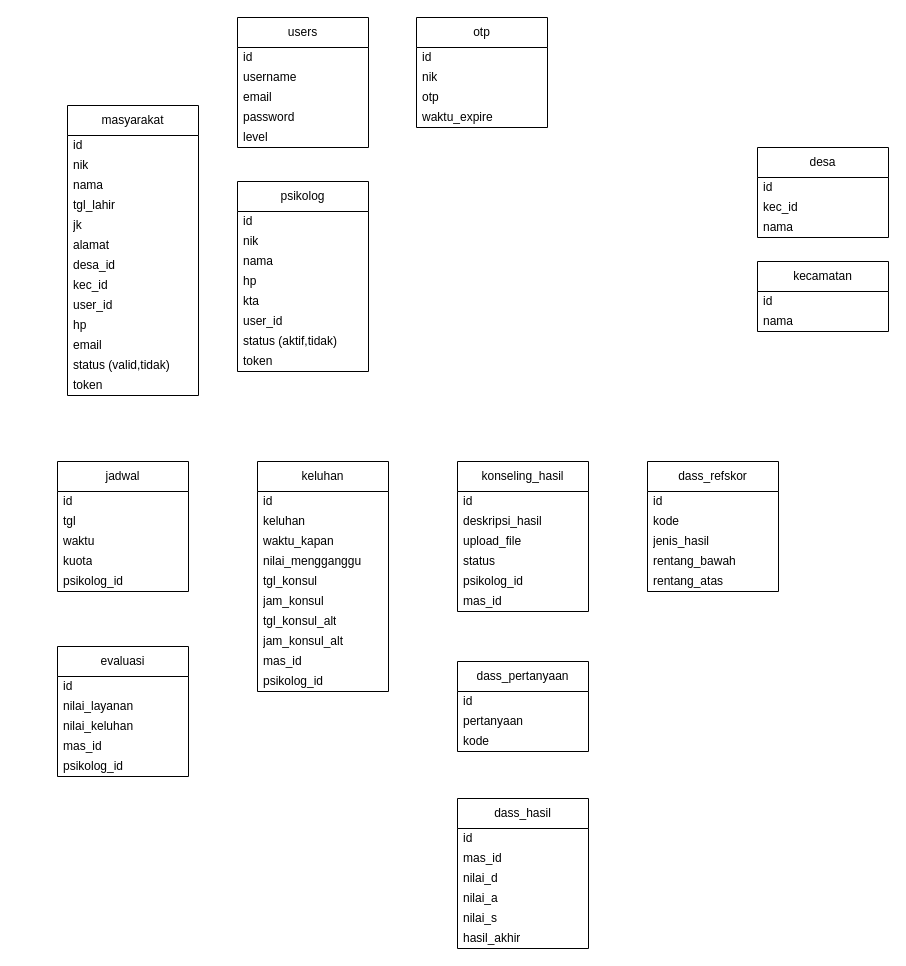
zeneight/drawio keeps this draw.io diagram as env_designs/erd_dmb.drawio. Above is the earlier version. Source tidied: cells renumbered, new cells numbered last; positions are measured from the earlier drawing's top-left corner, leaving out a move shared by most shapes. Both pictures are drawn from the tidied source at 100%, with x=0, y=0 at pixel (57, 17).
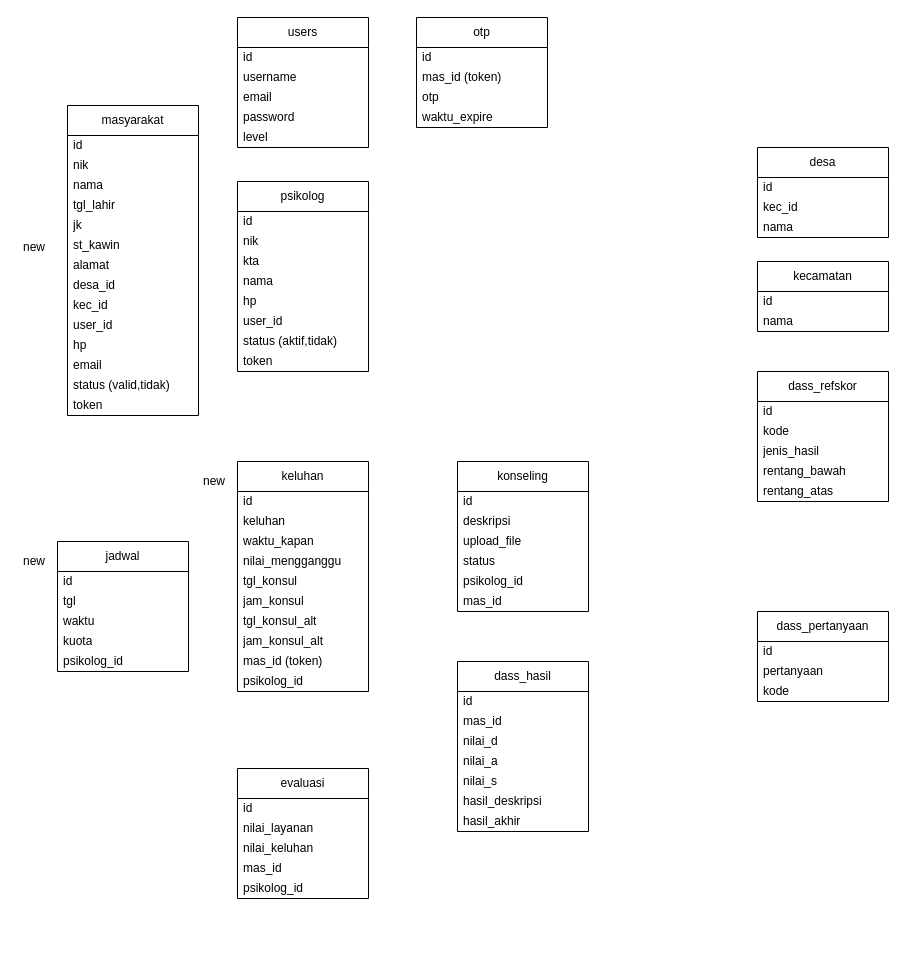
Above is the later version.

The change refers to these unchanged cells:
```xml
<mxCell id="16" value="psikolog" style="swimlane;fontStyle=0;horizontal=1;startSize=30;whiteSpace=wrap;html=1;" parent="1" vertex="1">
  <mxGeometry x="180" y="164" width="131" height="190" as="geometry" />
</mxCell>
<mxCell id="85" value="otp" style="swimlane;fontStyle=0;horizontal=1;startSize=30;whiteSpace=wrap;html=1;" parent="1" vertex="1">
  <mxGeometry x="359" width="131" height="110" as="geometry" />
</mxCell>
```

The edit, as a diff of the source:
```diff
@@
     <mxCell id="2" value="masyarakat" style="swimlane;fontStyle=0;horizontal=1;startSize=30;whiteSpace=wrap;html=1;" parent="1" vertex="1">
-      <mxGeometry x="10" y="88" width="131" height="290" as="geometry" />
+      <mxGeometry x="10" y="88" width="131" height="310" as="geometry" />
     </mxCell>
@@
+    <mxCell id="90" value="st_kawin" style="text;strokeColor=none;fillColor=none;align=left;verticalAlign=middle;spacingLeft=4;spacingRight=4;overflow=hidden;whiteSpace=wrap;html=1;" parent="2" vertex="1">
+      <mxGeometry y="130" width="131" height="20" as="geometry" />
+    </mxCell>
     <mxCell id="8" value="alamat" style="text;strokeColor=none;fillColor=none;align=left;verticalAlign=middle;spacingLeft=4;spacingRight=4;overflow=hidden;whiteSpace=wrap;html=1;" parent="2" vertex="1">
-      <mxGeometry y="130" width="131" height="20" as="geometry" />
+      <mxGeometry y="150" width="131" height="20" as="geometry" />
     </mxCell>
     <mxCell id="9" value="desa_id" style="text;strokeColor=none;fillColor=none;align=left;verticalAlign=middle;spacingLeft=4;spacingRight=4;overflow=hidden;whiteSpace=wrap;html=1;" parent="2" vertex="1">
-      <mxGeometry y="150" width="131" height="20" as="geometry" />
+      <mxGeometry y="170" width="131" height="20" as="geometry" />
     </mxCell>
     <mxCell id="10" value="kec_id" style="text;strokeColor=none;fillColor=none;align=left;verticalAlign=middle;spacingLeft=4;spacingRight=4;overflow=hidden;whiteSpace=wrap;html=1;" parent="2" vertex="1">
-      <mxGeometry y="170" width="131" height="20" as="geometry" />
+      <mxGeometry y="190" width="131" height="20" as="geometry" />
     </mxCell>
     <mxCell id="11" value="user_id" style="text;strokeColor=none;fillColor=none;align=left;verticalAlign=middle;spacingLeft=4;spacingRight=4;overflow=hidden;whiteSpace=wrap;html=1;" parent="2" vertex="1">
-      <mxGeometry y="190" width="131" height="20" as="geometry" />
+      <mxGeometry y="210" width="131" height="20" as="geometry" />
     </mxCell>
     <mxCell id="12" value="hp" style="text;strokeColor=none;fillColor=none;align=left;verticalAlign=middle;spacingLeft=4;spacingRight=4;overflow=hidden;whiteSpace=wrap;html=1;" parent="2" vertex="1">
-      <mxGeometry y="210" width="131" height="20" as="geometry" />
+      <mxGeometry y="230" width="131" height="20" as="geometry" />
     </mxCell>
     <mxCell id="13" value="email" style="text;strokeColor=none;fillColor=none;align=left;verticalAlign=middle;spacingLeft=4;spacingRight=4;overflow=hidden;whiteSpace=wrap;html=1;" parent="2" vertex="1">
-      <mxGeometry y="230" width="131" height="20" as="geometry" />
+      <mxGeometry y="250" width="131" height="20" as="geometry" />
     </mxCell>
     <mxCell id="14" value="status (valid,tidak)" style="text;strokeColor=none;fillColor=none;align=left;verticalAlign=middle;spacingLeft=4;spacingRight=4;overflow=hidden;whiteSpace=wrap;html=1;" parent="2" vertex="1">
-      <mxGeometry y="250" width="131" height="20" as="geometry" />
+      <mxGeometry y="270" width="131" height="20" as="geometry" />
     </mxCell>
     <mxCell id="15" value="token" style="text;strokeColor=none;fillColor=none;align=left;verticalAlign=middle;spacingLeft=4;spacingRight=4;overflow=hidden;whiteSpace=wrap;html=1;" parent="2" vertex="1">
-      <mxGeometry y="270" width="131" height="20" as="geometry" />
+      <mxGeometry y="290" width="131" height="20" as="geometry" />
     </mxCell>
@@
+    <mxCell id="21" value="kta" style="text;strokeColor=none;fillColor=none;align=left;verticalAlign=middle;spacingLeft=4;spacingRight=4;overflow=hidden;whiteSpace=wrap;html=1;" parent="16" vertex="1">
+      <mxGeometry y="70" width="131" height="20" as="geometry" />
+    </mxCell>
     <mxCell id="19" value="nama" style="text;strokeColor=none;fillColor=none;align=left;verticalAlign=middle;spacingLeft=4;spacingRight=4;overflow=hidden;whiteSpace=wrap;html=1;" parent="16" vertex="1">
-      <mxGeometry y="70" width="131" height="20" as="geometry" />
+      <mxGeometry y="90" width="131" height="20" as="geometry" />
     </mxCell>
     <mxCell id="20" value="hp" style="text;strokeColor=none;fillColor=none;align=left;verticalAlign=middle;spacingLeft=4;spacingRight=4;overflow=hidden;whiteSpace=wrap;html=1;" parent="16" vertex="1">
-      <mxGeometry y="90" width="131" height="20" as="geometry" />
+      <mxGeometry y="110" width="131" height="20" as="geometry" />
     </mxCell>
-    <mxCell id="21" value="kta" style="text;strokeColor=none;fillColor=none;align=left;verticalAlign=middle;spacingLeft=4;spacingRight=4;overflow=hidden;whiteSpace=wrap;html=1;" parent="16" vertex="1">
-      <mxGeometry y="110" width="131" height="20" as="geometry" />
-    </mxCell>
@@
     <mxCell id="31" value="jadwal" style="swimlane;fontStyle=0;horizontal=1;startSize=30;whiteSpace=wrap;html=1;" parent="1" vertex="1">
-      <mxGeometry y="444" width="131" height="130" as="geometry" />
+      <mxGeometry y="524" width="131" height="130" as="geometry" />
     </mxCell>
@@
     <mxCell id="37" value="keluhan" style="swimlane;fontStyle=0;horizontal=1;startSize=30;whiteSpace=wrap;html=1;" parent="1" vertex="1">
-      <mxGeometry x="200" y="444" width="131" height="230" as="geometry" />
+      <mxGeometry x="180" y="444" width="131" height="230" as="geometry" />
     </mxCell>
@@
-    <mxCell id="46" value="mas_id" style="text;strokeColor=none;fillColor=none;align=left;verticalAlign=middle;spacingLeft=4;spacingRight=4;overflow=hidden;whiteSpace=wrap;html=1;" parent="37" vertex="1">
+    <mxCell id="46" value="mas_id (token)" style="text;strokeColor=none;fillColor=none;align=left;verticalAlign=middle;spacingLeft=4;spacingRight=4;overflow=hidden;whiteSpace=wrap;html=1;" parent="37" vertex="1">
       <mxGeometry y="190" width="131" height="20" as="geometry" />
     </mxCell>
@@
-    <mxCell id="48" value="konseling_hasil" style="swimlane;fontStyle=0;horizontal=1;startSize=30;whiteSpace=wrap;html=1;" parent="1" vertex="1">
+    <mxCell id="48" value="konseling" style="swimlane;fontStyle=0;horizontal=1;startSize=30;whiteSpace=wrap;html=1;" parent="1" vertex="1">
       <mxGeometry x="400" y="444" width="131" height="150" as="geometry" />
     </mxCell>
@@
-    <mxCell id="50" value="deskripsi_hasil" style="text;strokeColor=none;fillColor=none;align=left;verticalAlign=middle;spacingLeft=4;spacingRight=4;overflow=hidden;whiteSpace=wrap;html=1;" parent="48" vertex="1">
+    <mxCell id="50" value="deskripsi" style="text;strokeColor=none;fillColor=none;align=left;verticalAlign=middle;spacingLeft=4;spacingRight=4;overflow=hidden;whiteSpace=wrap;html=1;" parent="48" vertex="1">
       <mxGeometry y="50" width="131" height="20" as="geometry" />
     </mxCell>
@@
     <mxCell id="55" value="evaluasi" style="swimlane;fontStyle=0;horizontal=1;startSize=30;whiteSpace=wrap;html=1;" parent="1" vertex="1">
-      <mxGeometry y="629" width="131" height="130" as="geometry" />
+      <mxGeometry x="180" y="751" width="131" height="130" as="geometry" />
     </mxCell>
@@
     <mxCell id="61" value="dass_pertanyaan" style="swimlane;fontStyle=0;horizontal=1;startSize=30;whiteSpace=wrap;html=1;" parent="1" vertex="1">
-      <mxGeometry x="400" y="644" width="131" height="90" as="geometry" />
+      <mxGeometry x="700" y="594" width="131" height="90" as="geometry" />
     </mxCell>
@@
     <mxCell id="65" value="dass_hasil" style="swimlane;fontStyle=0;horizontal=1;startSize=30;whiteSpace=wrap;html=1;" parent="1" vertex="1">
-      <mxGeometry x="400" y="781" width="131" height="150" as="geometry" />
+      <mxGeometry x="400" y="644" width="131" height="170" as="geometry" />
     </mxCell>
@@
+    <mxCell id="91" value="hasil_deskripsi" style="text;strokeColor=none;fillColor=none;align=left;verticalAlign=middle;spacingLeft=4;spacingRight=4;overflow=hidden;whiteSpace=wrap;html=1;" parent="65" vertex="1">
+      <mxGeometry y="130" width="131" height="20" as="geometry" />
+    </mxCell>
     <mxCell id="71" value="hasil_akhir" style="text;strokeColor=none;fillColor=none;align=left;verticalAlign=middle;spacingLeft=4;spacingRight=4;overflow=hidden;whiteSpace=wrap;html=1;" parent="65" vertex="1">
-      <mxGeometry y="130" width="131" height="20" as="geometry" />
+      <mxGeometry y="150" width="131" height="20" as="geometry" />
     </mxCell>
@@
     <mxCell id="79" value="dass_refskor" style="swimlane;fontStyle=0;horizontal=1;startSize=30;whiteSpace=wrap;html=1;" parent="1" vertex="1">
-      <mxGeometry x="590" y="444" width="131" height="130" as="geometry" />
+      <mxGeometry x="700" y="354" width="131" height="130" as="geometry" />
     </mxCell>
@@
-    <mxCell id="87" value="nik" style="text;strokeColor=none;fillColor=none;align=left;verticalAlign=middle;spacingLeft=4;spacingRight=4;overflow=hidden;whiteSpace=wrap;html=1;" parent="85" vertex="1">
+    <mxCell id="87" value="mas_id (token)" style="text;strokeColor=none;fillColor=none;align=left;verticalAlign=middle;spacingLeft=4;spacingRight=4;overflow=hidden;whiteSpace=wrap;html=1;" parent="85" vertex="1">
       <mxGeometry y="50" width="131" height="20" as="geometry" />
     </mxCell>
@@
+    <mxCell id="92" value="new" style="text;strokeColor=none;fillColor=none;align=left;verticalAlign=middle;spacingLeft=4;spacingRight=4;overflow=hidden;whiteSpace=wrap;html=1;" parent="1" vertex="1">
+      <mxGeometry x="-40" y="220" width="50" height="20" as="geometry" />
+    </mxCell>
+    <mxCell id="93" value="new" style="text;strokeColor=none;fillColor=none;align=left;verticalAlign=middle;spacingLeft=4;spacingRight=4;overflow=hidden;whiteSpace=wrap;html=1;" parent="1" vertex="1">
+      <mxGeometry x="140" y="454" width="50" height="20" as="geometry" />
+    </mxCell>
+    <mxCell id="94" value="new" style="text;strokeColor=none;fillColor=none;align=left;verticalAlign=middle;spacingLeft=4;spacingRight=4;overflow=hidden;whiteSpace=wrap;html=1;" parent="1" vertex="1">
+      <mxGeometry x="-40" y="534" width="50" height="20" as="geometry" />
+    </mxCell>
```
